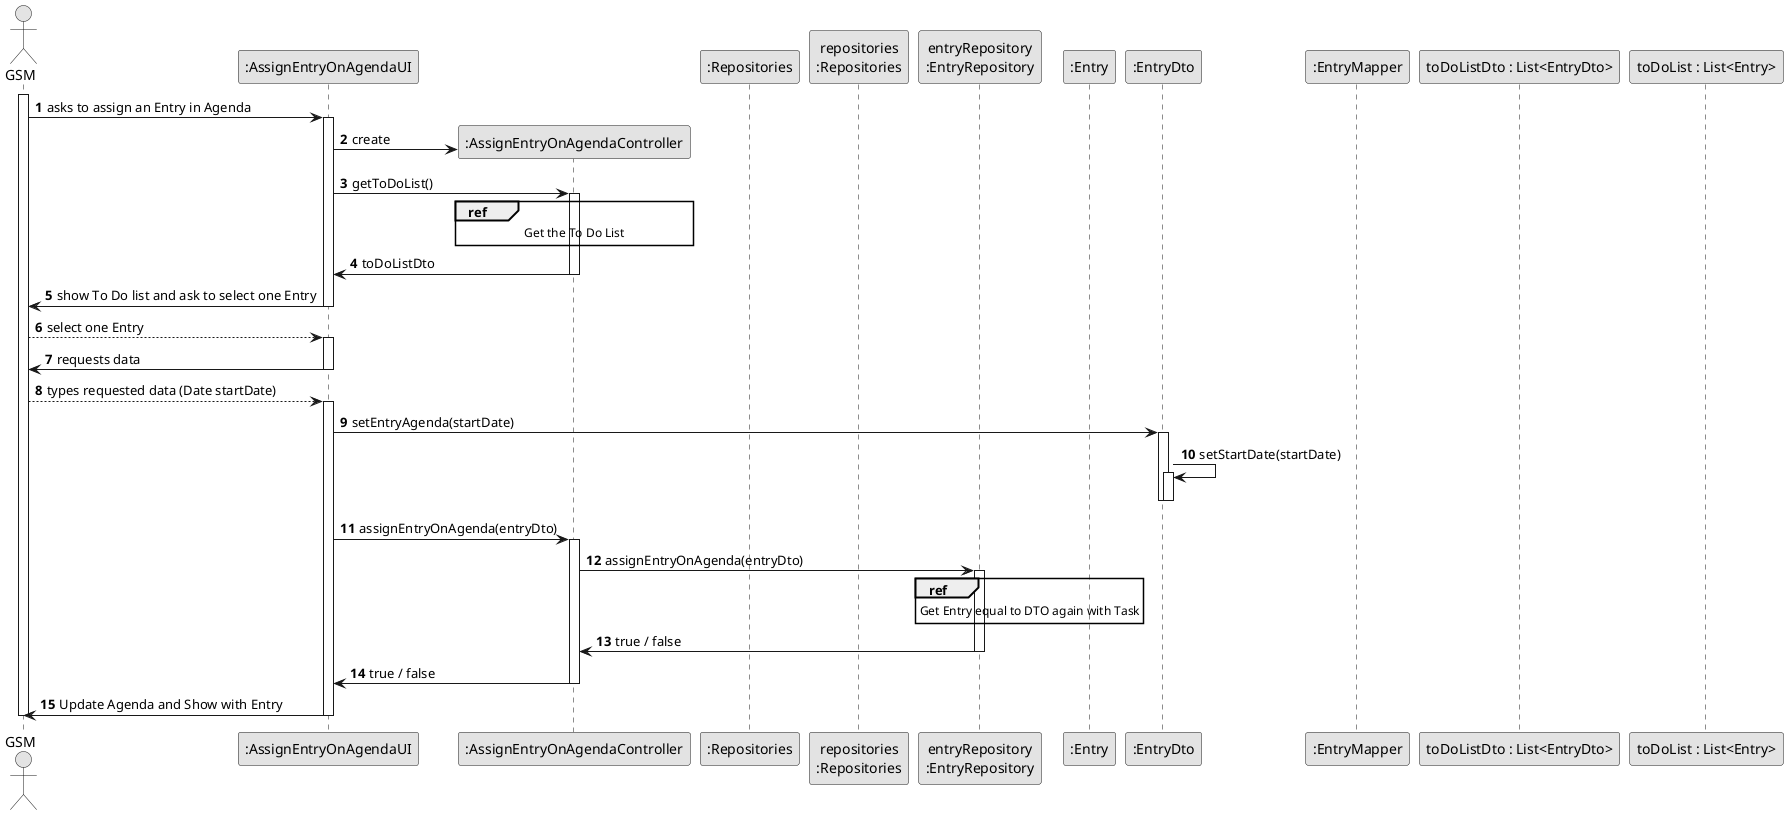
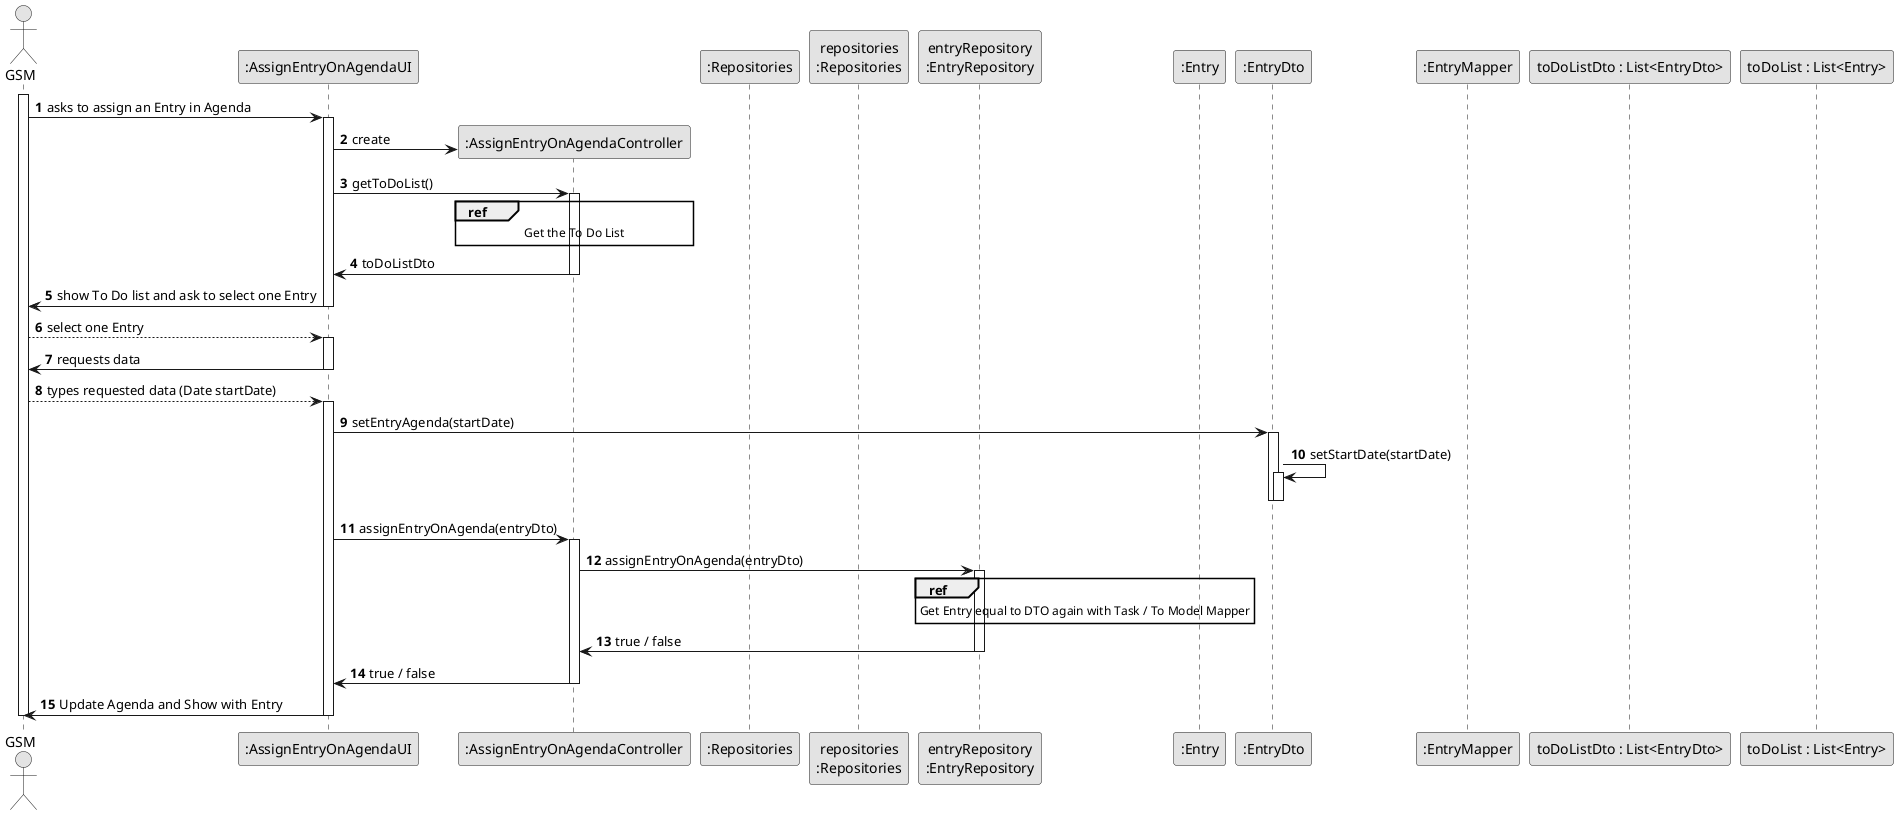
@startuml
skinparam monochrome true
skinparam packageStyle rectangle
skinparam shadowing false

autonumber

'hide footbox
actor "GSM" as GSM
participant ":AssignEntryOnAgendaUI" as UI
participant ":AssignEntryOnAgendaController" as CTRL
participant ":Repositories" as RepositorySingleton
participant "repositories\n:Repositories" as PLAT
participant "entryRepository\n:EntryRepository" as EntryRepository
participant ":Entry" as OBJ
participant ":EntryDto" as DTO
participant ":EntryMapper" as MAPPER
participant "toDoListDto : List<EntryDto>" as ListDTO
participant "toDoList : List<Entry>" as List


activate GSM

        GSM -> UI : asks to assign an Entry in Agenda

        activate UI

'            UI --> GSM : requests data (reference, description,  informal \n description, technical description, duration, cost)
            'create CTRL
            UI -> CTRL** : create

            UI -> CTRL : getToDoList()
            activate CTRL

            ref over CTRL : Get the To Do List


            CTRL -> UI : toDoListDto
            deactivate CTRL

            UI -> GSM : show To Do list and ask to select one Entry
            deactivate UI

            GSM --> UI : select one Entry
            activate UI

            UI -> GSM : requests data
            deactivate UI

            GSM --> UI : types requested data (Date startDate)
            activate UI

            UI -> DTO : setEntryAgenda(startDate)
            activate DTO
            DTO -> DTO : setStartDate(startDate)
            activate DTO
            deactivate DTO

            deactivate DTO


            UI -> CTRL : assignEntryOnAgenda(entryDto)
            activate CTRL

            CTRL -> EntryRepository : assignEntryOnAgenda(entryDto)
            activate EntryRepository

-             ref over EntryRepository: Get Entry equal to DTO again with Task
+             ref over EntryRepository: Get Entry equal to DTO again with Task / To Model Mapper



            EntryRepository -> CTRL : true / false
            deactivate EntryRepository

            CTRL -> UI : true / false
            deactivate CTRL

    UI -> GSM : Update Agenda and Show with Entry
    deactivate UI

deactivate GSM

@enduml